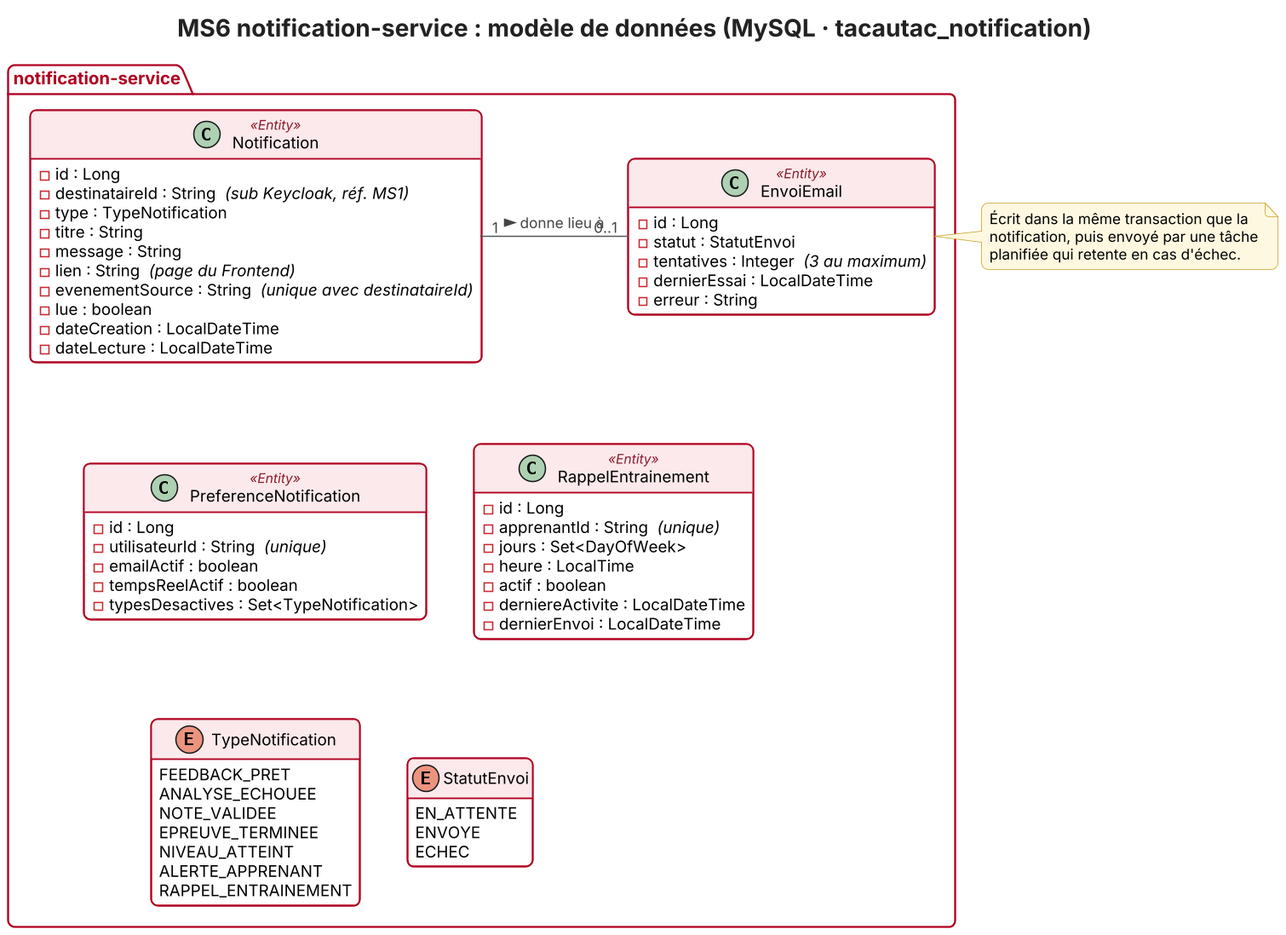
This is Documentation/Diagrams/classes-notification-service.png from ixlemdev/TacAuTac-4SSA6, a PlantUML export, as it was before one commit. Source of this version:
```plantuml
@startuml classes-notification-service
!include style.iuml
title MS6 notification-service : modèle de données (MySQL · tacautac_notification)

package "notification-service" {
  class Notification <<Entity>> {
    - id : Long
    {field} - destinataireId : String  <i>(sub Keycloak, réf. MS1)</i>
    - type : TypeNotification
    - titre : String
    - message : String
    {field} - lien : String  <i>(page du Frontend)</i>
    {field} - evenementSource : String  <i>(unique avec destinataireId)</i>
    - lue : boolean
    - dateCreation : LocalDateTime
    - dateLecture : LocalDateTime
  }

  class EnvoiEmail <<Entity>> {
    - id : Long
    - statut : StatutEnvoi
    {field} - tentatives : Integer  <i>(3 au maximum)</i>
    - dernierEssai : LocalDateTime
    - erreur : String
  }

  class PreferenceNotification <<Entity>> {
    - id : Long
    {field} - utilisateurId : String  <i>(unique)</i>
    - emailActif : boolean
    - tempsReelActif : boolean
    - typesDesactives : Set<TypeNotification>
  }

  class RappelEntrainement <<Entity>> {
    - id : Long
    {field} - apprenantId : String  <i>(unique)</i>
    - jours : Set<DayOfWeek>
    - heure : LocalTime
    - actif : boolean
    - derniereActivite : LocalDateTime
    - dernierEnvoi : LocalDateTime
  }

  enum TypeNotification {
    FEEDBACK_PRET
    ANALYSE_ECHOUEE
    NOTE_VALIDEE
    EPREUVE_TERMINEE
    NIVEAU_ATTEINT
    ALERTE_APPRENANT
    RAPPEL_ENTRAINEMENT
  }
  enum StatutEnvoi {
    EN_ATTENTE
    ENVOYE
    ECHEC
  }
}

Notification "1" -right- "0..1" EnvoiEmail : donne lieu à >
Notification -[hidden]down- PreferenceNotification
PreferenceNotification -[hidden]right- RappelEntrainement
PreferenceNotification -[hidden]down- TypeNotification
TypeNotification -[hidden]right- StatutEnvoi

note right of EnvoiEmail
  Écrit dans la même transaction que la
  notification, puis envoyé par une tâche
  planifiée qui retente en cas d'échec.
end note
@enduml
```
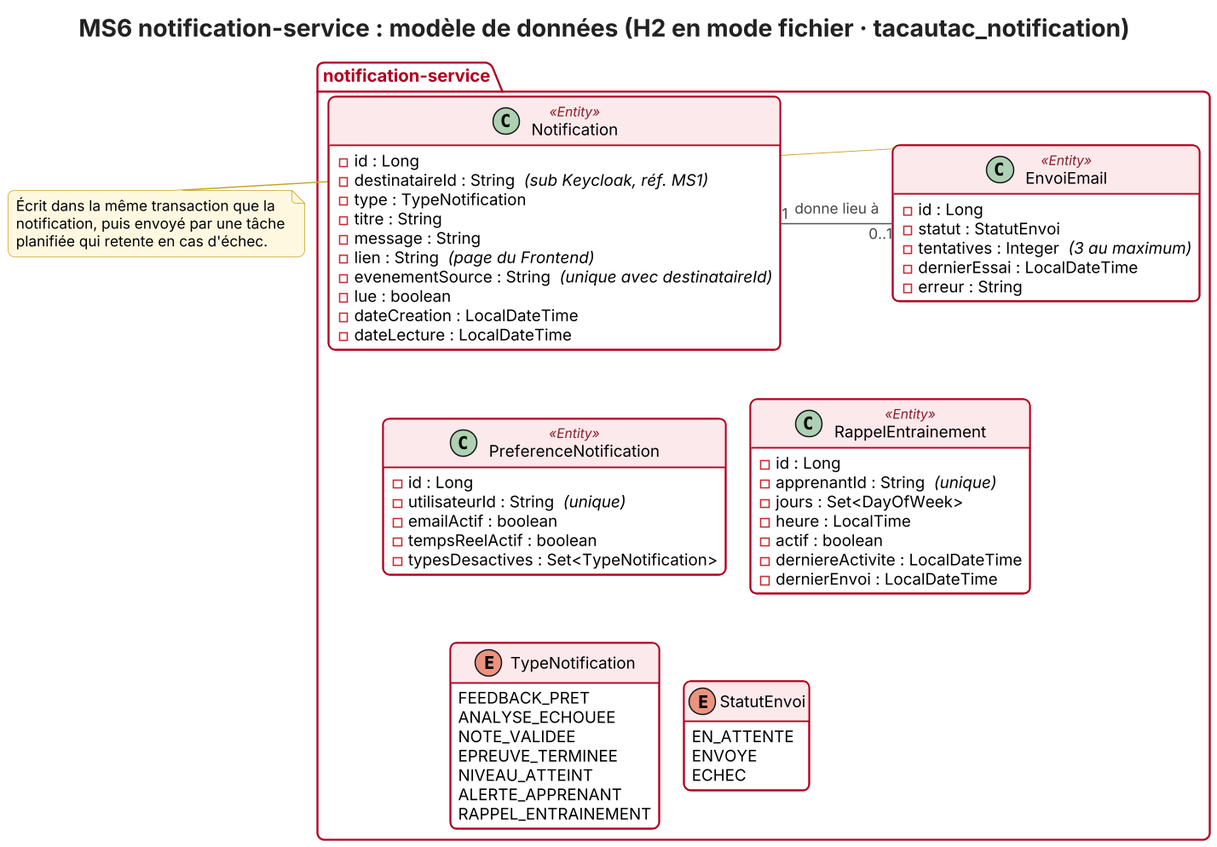
The same diagram one commit later.

Diff of the diagram source:
```diff
@@ -1,6 +1,7 @@
 @startuml classes-notification-service
+!pragma layout smetana
 !include style.iuml
-title MS6 notification-service : modèle de données (MySQL · tacautac_notification)
+title MS6 notification-service : modèle de données (H2 en mode fichier · tacautac_notification)
 
 package "notification-service" {
   class Notification <<Entity>> {
```
